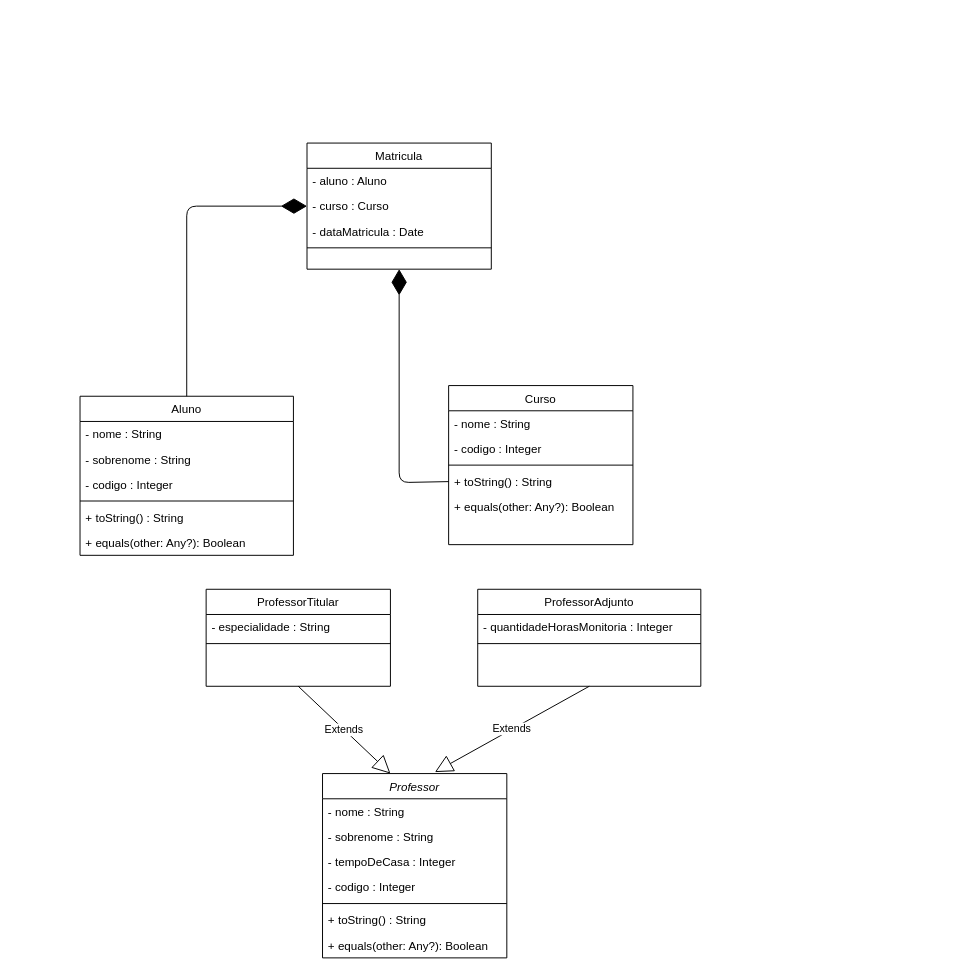
Above: desafio.drawio in mariliamessias/digital_house_kotlin_desafio1 (draw.io), before the change. Source tidied: cells renumbered, new cells numbered last; positions are measured from the earlier drawing's top-left corner, leaving out a move shared by most shapes. Both pictures are drawn from the tidied source at 97%, with x=0, y=0 at pixel (80, 143).
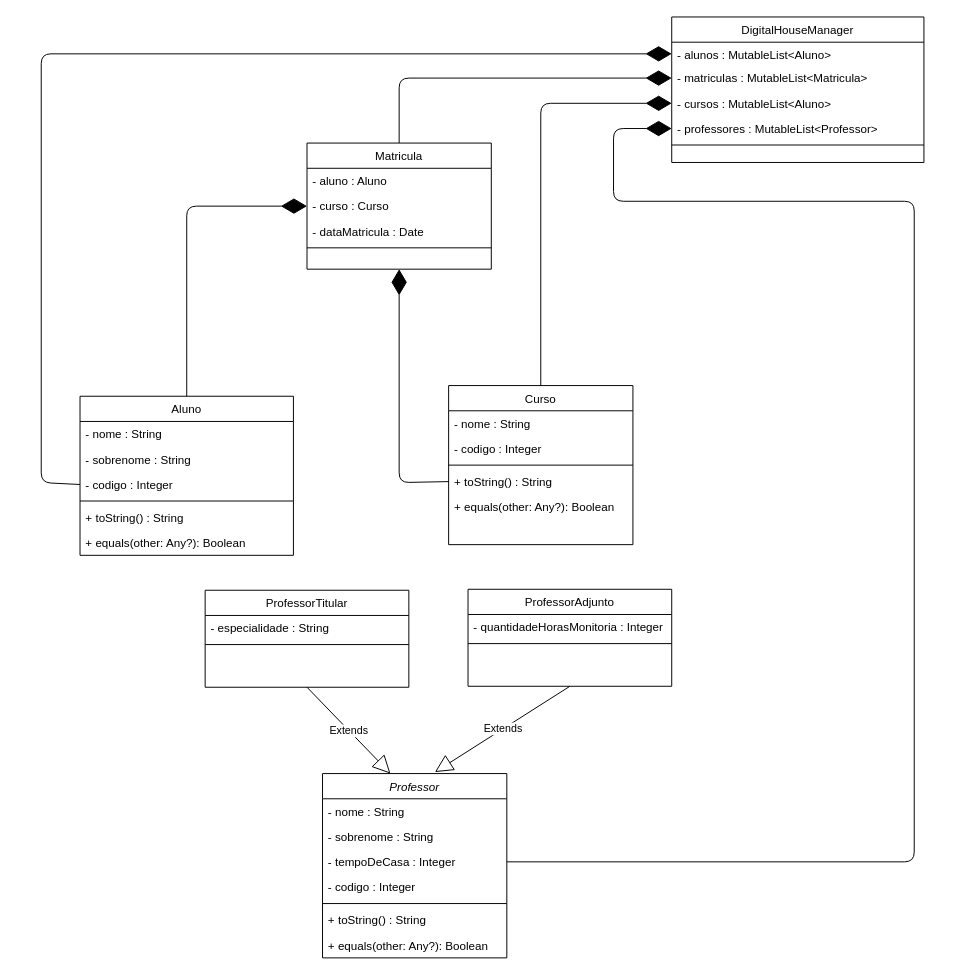
Above is the later version.

Commit message (it also covers changes not shown here):
create class DigitalHouseManager

Unchanged cells that the change refers to:
```xml
<mxCell id="5" value="- tempoDeCasa : Integer" style="text;align=left;verticalAlign=top;spacingLeft=4;spacingRight=4;overflow=hidden;points=[[0,0.5],[1,0.5]];portConstraint=eastwest;rounded=0;shadow=0;html=0;" parent="2" vertex="1">
  <mxGeometry y="78" width="190" height="26" as="geometry" />
</mxCell>
<mxCell id="18" value="Matricula" style="swimlane;fontStyle=0;align=center;verticalAlign=top;horizontal=1;startSize=26;rounded=0;shadow=0;strokeWidth=1;" parent="1" vertex="1">
  <mxGeometry x="234" width="190" height="130" as="geometry" />
</mxCell>
<mxCell id="26" value="- codigo : Integer" style="text;align=left;verticalAlign=top;spacingLeft=4;spacingRight=4;overflow=hidden;points=[[0,0.5],[1,0.5]];portConstraint=eastwest;rounded=0;shadow=0;html=0;" parent="23" vertex="1">
  <mxGeometry y="78" width="220" height="26" as="geometry" />
</mxCell>
<mxCell id="32" value="Curso" style="swimlane;fontStyle=0;align=center;verticalAlign=top;horizontal=1;startSize=26;rounded=0;shadow=0;strokeWidth=1;" parent="1" vertex="1">
  <mxGeometry x="380" y="250" width="190" height="164" as="geometry" />
</mxCell>
```

The edit, as a diff of the source:
```diff
@@
-    <mxCell id="12" value="ProfessorAdjunto" style="swimlane;fontStyle=0;align=center;verticalAlign=top;horizontal=1;startSize=26;rounded=0;shadow=0;strokeWidth=1;" parent="1" vertex="1">
-      <mxGeometry x="410" y="460" width="230" height="100" as="geometry" />
-    </mxCell>
-    <mxCell id="13" value="- quantidadeHorasMonitoria : Integer" style="text;align=left;verticalAlign=top;spacingLeft=4;spacingRight=4;overflow=hidden;" parent="12" vertex="1">
-      <mxGeometry y="26" width="230" height="26" as="geometry" />
-    </mxCell>
-    <mxCell id="14" style="line;html=1;strokeWidth=1;align=left;verticalAlign=middle;spacingTop=-1;spacingLeft=3;spacingRight=3;labelPosition=right;" parent="12" vertex="1">
-      <mxGeometry y="52" width="230" height="8" as="geometry" />
-    </mxCell>
-    <mxCell id="15" value="ProfessorTitular" style="swimlane;fontStyle=0;align=center;verticalAlign=top;horizontal=1;startSize=26;rounded=0;shadow=0;strokeWidth=1;" parent="1" vertex="1">
-      <mxGeometry x="130" y="460" width="190" height="100" as="geometry" />
-    </mxCell>
-    <mxCell id="16" value="- especialidade : String" style="text;align=left;verticalAlign=top;spacingLeft=4;spacingRight=4;overflow=hidden;" parent="15" vertex="1">
-      <mxGeometry y="26" width="190" height="26" as="geometry" />
-    </mxCell>
-    <mxCell id="17" style="line;html=1;strokeWidth=1;align=left;verticalAlign=middle;spacingTop=-1;spacingLeft=3;spacingRight=3;labelPosition=right;" parent="15" vertex="1">
-      <mxGeometry y="52" width="190" height="8" as="geometry" />
-    </mxCell>
@@
+    <mxCell id="38" value="DigitalHouseManager" style="swimlane;fontStyle=0;align=center;verticalAlign=top;horizontal=1;startSize=26;rounded=0;shadow=0;strokeWidth=1;" parent="1" vertex="1">
+      <mxGeometry x="610" y="-130" width="260" height="150" as="geometry" />
+    </mxCell>
+    <mxCell id="39" value="- alunos : MutableList&lt;Aluno&gt;" style="text;align=left;verticalAlign=top;spacingLeft=4;spacingRight=4;overflow=hidden;points=[[0,0.5],[1,0.5]];portConstraint=eastwest;" parent="38" vertex="1">
+      <mxGeometry y="26" width="260" height="24" as="geometry" />
+    </mxCell>
+    <mxCell id="40" value="- matriculas : MutableList&lt;Matricula&gt;" style="text;align=left;verticalAlign=top;spacingLeft=4;spacingRight=4;overflow=hidden;points=[[0,0.5],[1,0.5]];portConstraint=eastwest;rounded=0;shadow=0;html=0;" parent="38" vertex="1">
+      <mxGeometry y="50" width="260" height="26" as="geometry" />
+    </mxCell>
+    <mxCell id="41" value="- cursos : MutableList&lt;Aluno&gt;" style="text;align=left;verticalAlign=top;spacingLeft=4;spacingRight=4;overflow=hidden;points=[[0,0.5],[1,0.5]];portConstraint=eastwest;rounded=0;shadow=0;html=0;" parent="38" vertex="1">
+      <mxGeometry y="76" width="260" height="26" as="geometry" />
+    </mxCell>
+    <mxCell id="42" value="- professores : MutableList&lt;Professor&gt;" style="text;align=left;verticalAlign=top;spacingLeft=4;spacingRight=4;overflow=hidden;points=[[0,0.5],[1,0.5]];portConstraint=eastwest;rounded=0;shadow=0;html=0;" parent="38" vertex="1">
+      <mxGeometry y="102" width="260" height="26" as="geometry" />
+    </mxCell>
+    <mxCell id="43" style="line;html=1;strokeWidth=1;align=left;verticalAlign=middle;spacingTop=-1;spacingLeft=3;spacingRight=3;labelPosition=right;" parent="38" vertex="1">
+      <mxGeometry y="128" width="260" height="8" as="geometry" />
+    </mxCell>
+    <mxCell id="44" style="endArrow=diamondThin;endFill=1;endSize=24;html=1;entryX=0;entryY=0.5;entryDx=0;entryDy=0;exitX=0;exitY=0.5;exitDx=0;exitDy=0;" parent="1" edge="1" source="26" target="39">
+      <mxGeometry relative="1" as="geometry">
+        <Array as="points">
+          <mxPoint x="-40" y="350" />
+          <mxPoint x="-40" y="-92" />
+        </Array>
+      </mxGeometry>
+    </mxCell>
+    <mxCell id="45" style="endArrow=diamondThin;endFill=1;endSize=24;html=1;entryX=0;entryY=0.5;entryDx=0;entryDy=0;exitX=0.5;exitY=0;exitDx=0;exitDy=0;" parent="1" edge="1" source="32" target="41">
+      <mxGeometry relative="1" as="geometry">
+        <Array as="points">
+          <mxPoint x="475" y="-41" />
+        </Array>
+      </mxGeometry>
+    </mxCell>
+    <mxCell id="46" style="endArrow=diamondThin;endFill=1;endSize=24;html=1;exitX=1;exitY=0.5;exitDx=0;exitDy=0;entryX=0;entryY=0.5;entryDx=0;entryDy=0;" parent="1" edge="1" source="5" target="42">
+      <mxGeometry relative="1" as="geometry">
+        <Array as="points">
+          <mxPoint x="860" y="741" />
+          <mxPoint x="860" y="60" />
+          <mxPoint x="550" y="60" />
+          <mxPoint x="550" y="-15" />
+        </Array>
+      </mxGeometry>
+    </mxCell>
+    <mxCell id="47" style="endArrow=diamondThin;endFill=1;endSize=24;html=1;entryX=0;entryY=0.5;entryDx=0;entryDy=0;exitX=0.5;exitY=0;exitDx=0;exitDy=0;" parent="1" edge="1" source="18" target="40">
+      <mxGeometry relative="1" as="geometry">
+        <Array as="points">
+          <mxPoint x="329" y="-67" />
+        </Array>
+      </mxGeometry>
+    </mxCell>
+    <mxCell id="12" value="ProfessorAdjunto" style="swimlane;fontStyle=0;align=center;verticalAlign=top;horizontal=1;startSize=26;rounded=0;shadow=0;strokeWidth=1;" parent="1" vertex="1">
+      <mxGeometry x="400" y="460" width="210" height="100" as="geometry" />
+    </mxCell>
+    <mxCell id="13" value="- quantidadeHorasMonitoria : Integer" style="text;align=left;verticalAlign=top;spacingLeft=4;spacingRight=4;overflow=hidden;" parent="12" vertex="1">
+      <mxGeometry y="26" width="210" height="26" as="geometry" />
+    </mxCell>
+    <mxCell id="14" style="line;html=1;strokeWidth=1;align=left;verticalAlign=middle;spacingTop=-1;spacingLeft=3;spacingRight=3;labelPosition=right;" parent="12" vertex="1">
+      <mxGeometry y="52" width="210" height="8" as="geometry" />
+    </mxCell>
+    <mxCell id="15" value="ProfessorTitular" style="swimlane;fontStyle=0;align=center;verticalAlign=top;horizontal=1;startSize=26;rounded=0;shadow=0;strokeWidth=1;" parent="1" vertex="1">
+      <mxGeometry x="129" y="461" width="210" height="100" as="geometry" />
+    </mxCell>
+    <mxCell id="16" value="- especialidade : String" style="text;align=left;verticalAlign=top;spacingLeft=4;spacingRight=4;overflow=hidden;" parent="15" vertex="1">
+      <mxGeometry y="26" width="210" height="26" as="geometry" />
+    </mxCell>
+    <mxCell id="17" style="line;html=1;strokeWidth=1;align=left;verticalAlign=middle;spacingTop=-1;spacingLeft=3;spacingRight=3;labelPosition=right;" parent="15" vertex="1">
+      <mxGeometry y="52" width="210" height="8" as="geometry" />
+    </mxCell>
```
